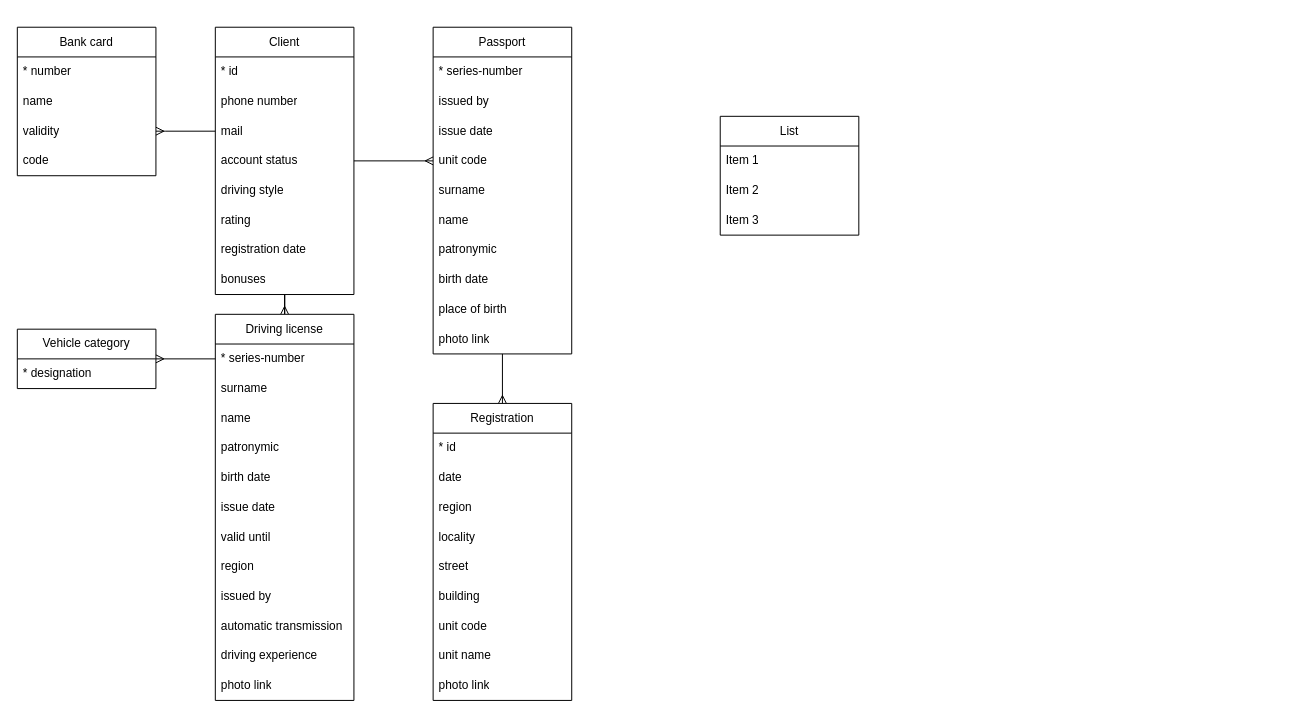
Earlier version of the draw.io diagram diagrams/relations.drawio (car-sharing-proto/client-db). Source tidied: cells renumbered, new cells numbered last; positions are measured from the earlier drawing's top-left corner, leaving out a move shared by most shapes. Both pictures are drawn from the tidied source at 99%, with x=0, y=0 at pixel (17, 27).
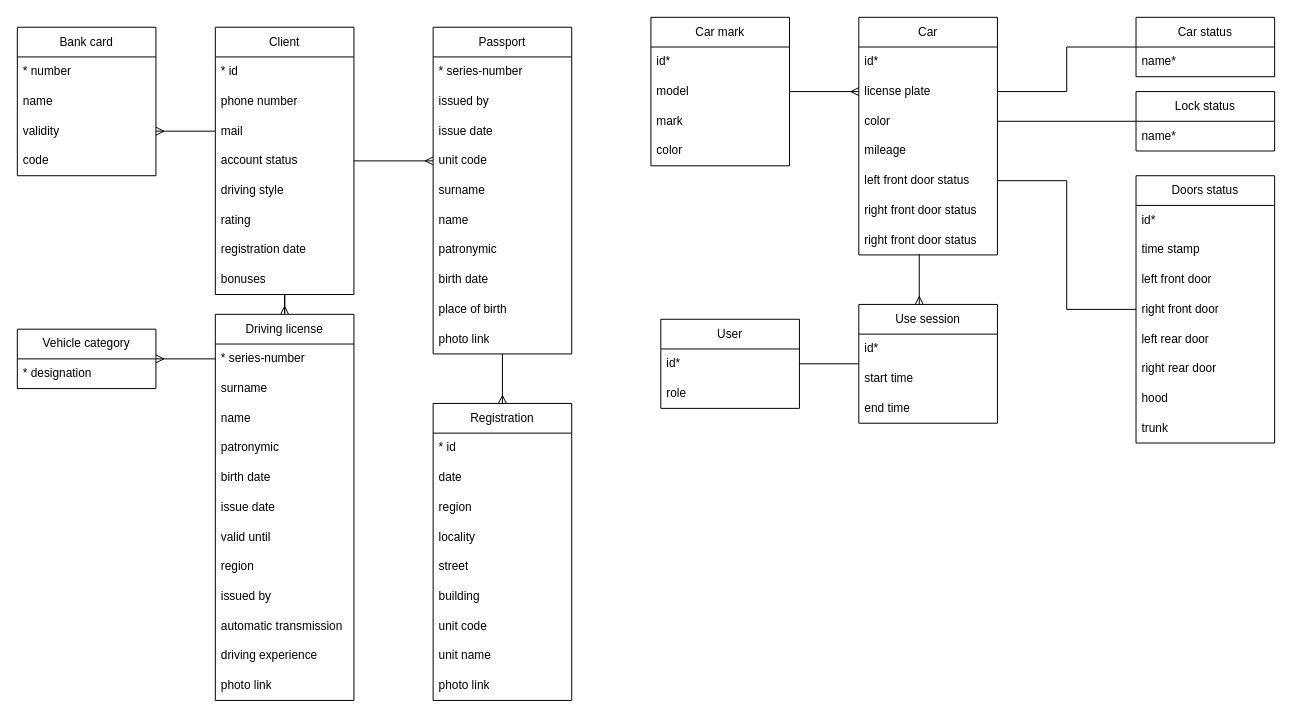
The same page after the edit.

What changed in the source:
```diff
@@
-    <mxCell id="57" value="List" style="swimlane;fontStyle=0;horizontal=1;startSize=30;whiteSpace=wrap;html=1;" parent="1" vertex="1">
-      <mxGeometry x="710" y="90" width="140" height="120" as="geometry" />
+    <mxCell id="57" value="Car" style="swimlane;fontStyle=0;horizontal=1;startSize=30;whiteSpace=wrap;html=1;" parent="1" vertex="1">
+      <mxGeometry x="850" y="-10" width="140" height="240" as="geometry" />
     </mxCell>
+    <mxCell id="61" value="id*" style="text;strokeColor=none;fillColor=none;align=left;verticalAlign=middle;spacingLeft=4;spacingRight=4;overflow=hidden;whiteSpace=wrap;html=1;" parent="57" vertex="1">
+      <mxGeometry y="30" width="140" height="30" as="geometry" />
+    </mxCell>
-    <mxCell id="58" value="Item 1" style="text;strokeColor=none;fillColor=none;align=left;verticalAlign=middle;spacingLeft=4;spacingRight=4;overflow=hidden;points=[[0,0.5],[1,0.5]];portConstraint=eastwest;whiteSpace=wrap;html=1;" parent="57" vertex="1">
-      <mxGeometry y="30" width="140" height="30" as="geometry" />
+    <mxCell id="58" value="license plate" style="text;strokeColor=none;fillColor=none;align=left;verticalAlign=middle;spacingLeft=4;spacingRight=4;overflow=hidden;points=[[0,0.5],[1,0.5]];portConstraint=eastwest;whiteSpace=wrap;html=1;" parent="57" vertex="1">
+      <mxGeometry y="60" width="140" height="30" as="geometry" />
     </mxCell>
-    <mxCell id="59" value="Item 2" style="text;strokeColor=none;fillColor=none;align=left;verticalAlign=middle;spacingLeft=4;spacingRight=4;overflow=hidden;points=[[0,0.5],[1,0.5]];portConstraint=eastwest;whiteSpace=wrap;html=1;" parent="57" vertex="1">
-      <mxGeometry y="60" width="140" height="30" as="geometry" />
+    <mxCell id="59" value="color" style="text;strokeColor=none;fillColor=none;align=left;verticalAlign=middle;spacingLeft=4;spacingRight=4;overflow=hidden;points=[[0,0.5],[1,0.5]];portConstraint=eastwest;whiteSpace=wrap;html=1;" parent="57" vertex="1">
+      <mxGeometry y="90" width="140" height="30" as="geometry" />
     </mxCell>
-    <mxCell id="60" value="Item 3" style="text;strokeColor=none;fillColor=none;align=left;verticalAlign=middle;spacingLeft=4;spacingRight=4;overflow=hidden;whiteSpace=wrap;html=1;" parent="57" vertex="1">
-      <mxGeometry y="90" width="140" height="30" as="geometry" />
+    <mxCell id="60" value="mileage" style="text;strokeColor=none;fillColor=none;align=left;verticalAlign=middle;spacingLeft=4;spacingRight=4;overflow=hidden;whiteSpace=wrap;html=1;" parent="57" vertex="1">
+      <mxGeometry y="120" width="140" height="30" as="geometry" />
     </mxCell>
+    <mxCell id="62" value="left front door status" style="text;strokeColor=none;fillColor=none;align=left;verticalAlign=middle;spacingLeft=4;spacingRight=4;overflow=hidden;points=[[0,0.5],[1,0.5]];portConstraint=eastwest;whiteSpace=wrap;html=1;" parent="57" vertex="1">
+      <mxGeometry y="150" width="140" height="30" as="geometry" />
+    </mxCell>
+    <mxCell id="63" value="right front door status" style="text;strokeColor=none;fillColor=none;align=left;verticalAlign=middle;spacingLeft=4;spacingRight=4;overflow=hidden;whiteSpace=wrap;html=1;" parent="57" vertex="1">
+      <mxGeometry y="180" width="140" height="30" as="geometry" />
+    </mxCell>
+    <mxCell id="64" value="right front door status" style="text;strokeColor=none;fillColor=none;align=left;verticalAlign=middle;spacingLeft=4;spacingRight=4;overflow=hidden;points=[[0,0.5],[1,0.5]];portConstraint=eastwest;whiteSpace=wrap;html=1;" parent="57" vertex="1">
+      <mxGeometry y="210" width="140" height="30" as="geometry" />
+    </mxCell>
+    <mxCell id="65" value="Car mark" style="swimlane;fontStyle=0;horizontal=1;startSize=30;whiteSpace=wrap;html=1;" parent="1" vertex="1">
+      <mxGeometry x="640" y="-10" width="140" height="150" as="geometry" />
+    </mxCell>
+    <mxCell id="66" value="id*" style="text;strokeColor=none;fillColor=none;align=left;verticalAlign=middle;spacingLeft=4;spacingRight=4;overflow=hidden;whiteSpace=wrap;html=1;" parent="65" vertex="1">
+      <mxGeometry y="30" width="140" height="30" as="geometry" />
+    </mxCell>
+    <mxCell id="67" value="model" style="text;strokeColor=none;fillColor=none;align=left;verticalAlign=middle;spacingLeft=4;spacingRight=4;overflow=hidden;points=[[0,0.5],[1,0.5]];portConstraint=eastwest;whiteSpace=wrap;html=1;" parent="65" vertex="1">
+      <mxGeometry y="60" width="140" height="30" as="geometry" />
+    </mxCell>
+    <mxCell id="68" value="mark" style="text;strokeColor=none;fillColor=none;align=left;verticalAlign=middle;spacingLeft=4;spacingRight=4;overflow=hidden;whiteSpace=wrap;html=1;" parent="65" vertex="1">
+      <mxGeometry y="90" width="140" height="30" as="geometry" />
+    </mxCell>
+    <mxCell id="69" value="color" style="text;strokeColor=none;fillColor=none;align=left;verticalAlign=middle;spacingLeft=4;spacingRight=4;overflow=hidden;whiteSpace=wrap;html=1;" parent="65" vertex="1">
+      <mxGeometry y="120" width="140" height="30" as="geometry" />
+    </mxCell>
+    <mxCell id="70" style="edgeStyle=orthogonalEdgeStyle;rounded=0;jettySize=auto;html=1;entryX=1;entryY=0.5;entryDx=0;entryDy=0;endArrow=none;endFill=0;startArrow=ERmany;startFill=0;" parent="1" edge="1" source="58" target="67">
+      <mxGeometry relative="1" as="geometry" />
+    </mxCell>
+    <mxCell id="71" value="Car status" style="swimlane;fontStyle=0;horizontal=1;startSize=30;whiteSpace=wrap;html=1;" parent="1" vertex="1">
+      <mxGeometry x="1130" y="-10" width="140" height="60" as="geometry" />
+    </mxCell>
+    <mxCell id="72" value="name*" style="text;strokeColor=none;fillColor=none;align=left;verticalAlign=middle;spacingLeft=4;spacingRight=4;overflow=hidden;whiteSpace=wrap;html=1;" parent="71" vertex="1">
+      <mxGeometry y="30" width="140" height="30" as="geometry" />
+    </mxCell>
+    <mxCell id="73" style="edgeStyle=orthogonalEdgeStyle;rounded=0;jettySize=auto;html=1;endArrow=none;endFill=0;" parent="1" edge="1" source="58" target="71">
+      <mxGeometry relative="1" as="geometry" />
+    </mxCell>
+    <mxCell id="74" value="Lock status" style="swimlane;fontStyle=0;horizontal=1;startSize=30;whiteSpace=wrap;html=1;" parent="1" vertex="1">
+      <mxGeometry x="1130" y="65" width="140" height="60" as="geometry" />
+    </mxCell>
+    <mxCell id="75" value="name*" style="text;strokeColor=none;fillColor=none;align=left;verticalAlign=middle;spacingLeft=4;spacingRight=4;overflow=hidden;whiteSpace=wrap;html=1;" parent="74" vertex="1">
+      <mxGeometry y="30" width="140" height="30" as="geometry" />
+    </mxCell>
+    <mxCell id="76" style="edgeStyle=orthogonalEdgeStyle;rounded=0;jettySize=auto;html=1;endArrow=none;endFill=0;" parent="1" edge="1" source="59" target="74">
+      <mxGeometry relative="1" as="geometry" />
+    </mxCell>
+    <mxCell id="77" value="Doors status" style="swimlane;fontStyle=0;horizontal=1;startSize=30;whiteSpace=wrap;html=1;" parent="1" vertex="1">
+      <mxGeometry x="1130" y="150" width="140" height="270" as="geometry" />
+    </mxCell>
+    <mxCell id="78" value="id*" style="text;strokeColor=none;fillColor=none;align=left;verticalAlign=middle;spacingLeft=4;spacingRight=4;overflow=hidden;whiteSpace=wrap;html=1;" parent="77" vertex="1">
+      <mxGeometry y="30" width="140" height="30" as="geometry" />
+    </mxCell>
+    <mxCell id="79" value="time stamp" style="text;strokeColor=none;fillColor=none;align=left;verticalAlign=middle;spacingLeft=4;spacingRight=4;overflow=hidden;whiteSpace=wrap;html=1;" parent="77" vertex="1">
+      <mxGeometry y="60" width="140" height="30" as="geometry" />
+    </mxCell>
+    <mxCell id="80" value="left front door" style="text;strokeColor=none;fillColor=none;align=left;verticalAlign=middle;spacingLeft=4;spacingRight=4;overflow=hidden;whiteSpace=wrap;html=1;" parent="77" vertex="1">
+      <mxGeometry y="90" width="140" height="30" as="geometry" />
+    </mxCell>
+    <mxCell id="81" value="right front door" style="text;strokeColor=none;fillColor=none;align=left;verticalAlign=middle;spacingLeft=4;spacingRight=4;overflow=hidden;whiteSpace=wrap;html=1;" parent="77" vertex="1">
+      <mxGeometry y="120" width="140" height="30" as="geometry" />
+    </mxCell>
+    <mxCell id="82" value="left rear door" style="text;strokeColor=none;fillColor=none;align=left;verticalAlign=middle;spacingLeft=4;spacingRight=4;overflow=hidden;whiteSpace=wrap;html=1;" parent="77" vertex="1">
+      <mxGeometry y="150" width="140" height="30" as="geometry" />
+    </mxCell>
+    <mxCell id="83" value="right rear door" style="text;strokeColor=none;fillColor=none;align=left;verticalAlign=middle;spacingLeft=4;spacingRight=4;overflow=hidden;whiteSpace=wrap;html=1;" parent="77" vertex="1">
+      <mxGeometry y="180" width="140" height="30" as="geometry" />
+    </mxCell>
+    <mxCell id="84" value="hood" style="text;strokeColor=none;fillColor=none;align=left;verticalAlign=middle;spacingLeft=4;spacingRight=4;overflow=hidden;whiteSpace=wrap;html=1;" parent="77" vertex="1">
+      <mxGeometry y="210" width="140" height="30" as="geometry" />
+    </mxCell>
+    <mxCell id="85" value="trunk" style="text;strokeColor=none;fillColor=none;align=left;verticalAlign=middle;spacingLeft=4;spacingRight=4;overflow=hidden;whiteSpace=wrap;html=1;" parent="77" vertex="1">
+      <mxGeometry y="240" width="140" height="30" as="geometry" />
+    </mxCell>
+    <mxCell id="86" style="edgeStyle=orthogonalEdgeStyle;rounded=0;jettySize=auto;html=1;endArrow=none;endFill=0;" parent="1" edge="1" source="62" target="77">
+      <mxGeometry relative="1" as="geometry" />
+    </mxCell>
+    <mxCell id="87" value="Use session" style="swimlane;fontStyle=0;horizontal=1;startSize=30;whiteSpace=wrap;html=1;" parent="1" vertex="1">
+      <mxGeometry x="850" y="280" width="140" height="120" as="geometry" />
+    </mxCell>
+    <mxCell id="88" value="id*" style="text;strokeColor=none;fillColor=none;align=left;verticalAlign=middle;spacingLeft=4;spacingRight=4;overflow=hidden;whiteSpace=wrap;html=1;" parent="87" vertex="1">
+      <mxGeometry y="30" width="140" height="30" as="geometry" />
+    </mxCell>
+    <mxCell id="89" value="start time" style="text;strokeColor=none;fillColor=none;align=left;verticalAlign=middle;spacingLeft=4;spacingRight=4;overflow=hidden;whiteSpace=wrap;html=1;" parent="87" vertex="1">
+      <mxGeometry y="60" width="140" height="30" as="geometry" />
+    </mxCell>
+    <mxCell id="90" value="end time" style="text;strokeColor=none;fillColor=none;align=left;verticalAlign=middle;spacingLeft=4;spacingRight=4;overflow=hidden;whiteSpace=wrap;html=1;" parent="87" vertex="1">
+      <mxGeometry y="90" width="140" height="30" as="geometry" />
+    </mxCell>
+    <mxCell id="91" style="edgeStyle=orthogonalEdgeStyle;rounded=0;jettySize=auto;html=1;endArrow=none;endFill=0;" parent="1" edge="1" source="92" target="87">
+      <mxGeometry relative="1" as="geometry" />
+    </mxCell>
+    <mxCell id="92" value="User" style="swimlane;fontStyle=0;horizontal=1;startSize=30;whiteSpace=wrap;html=1;" parent="1" vertex="1">
+      <mxGeometry x="650" y="295" width="140" height="90" as="geometry" />
+    </mxCell>
+    <mxCell id="93" value="id*" style="text;strokeColor=none;fillColor=none;align=left;verticalAlign=middle;spacingLeft=4;spacingRight=4;overflow=hidden;whiteSpace=wrap;html=1;" parent="92" vertex="1">
+      <mxGeometry y="30" width="140" height="30" as="geometry" />
+    </mxCell>
+    <mxCell id="94" value="role" style="text;strokeColor=none;fillColor=none;align=left;verticalAlign=middle;spacingLeft=4;spacingRight=4;overflow=hidden;whiteSpace=wrap;html=1;" parent="92" vertex="1">
+      <mxGeometry y="60" width="140" height="30" as="geometry" />
+    </mxCell>
+    <mxCell id="95" style="edgeStyle=orthogonalEdgeStyle;rounded=0;jettySize=auto;html=1;entryX=0.436;entryY=0.972;entryDx=0;entryDy=0;entryPerimeter=0;endArrow=none;endFill=0;startArrow=ERmany;startFill=0;" parent="1" edge="1" source="87" target="64">
+      <mxGeometry relative="1" as="geometry">
+        <Array as="points">
+          <mxPoint x="910" y="229" />
+        </Array>
+      </mxGeometry>
+    </mxCell>
```
